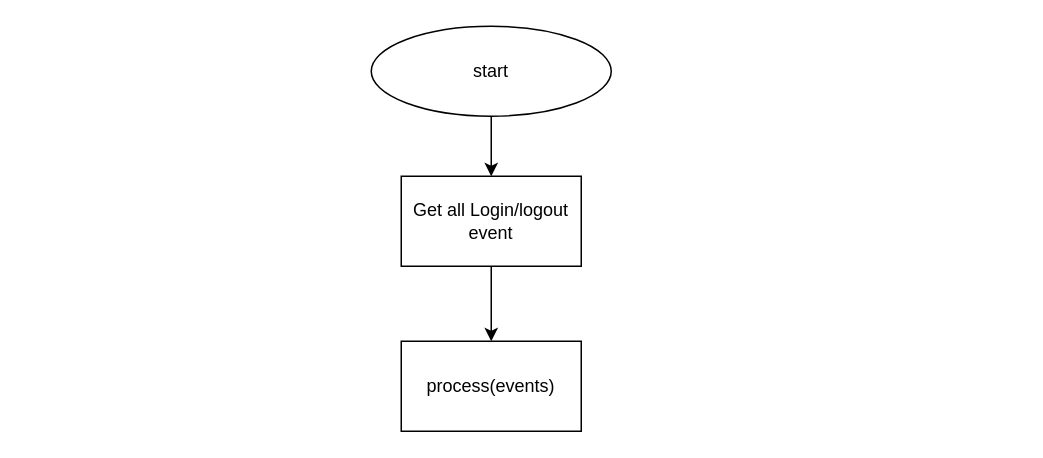
The draw.io diagram event-log.drawio in joey1089/mydiagrams, before the edit. Source tidied: cells renumbered, new cells numbered last; positions are measured from the earlier drawing's top-left corner, leaving out a move shared by most shapes. Both pictures are drawn from the tidied source at 150%, with x=0, y=0 at pixel (370, 26).
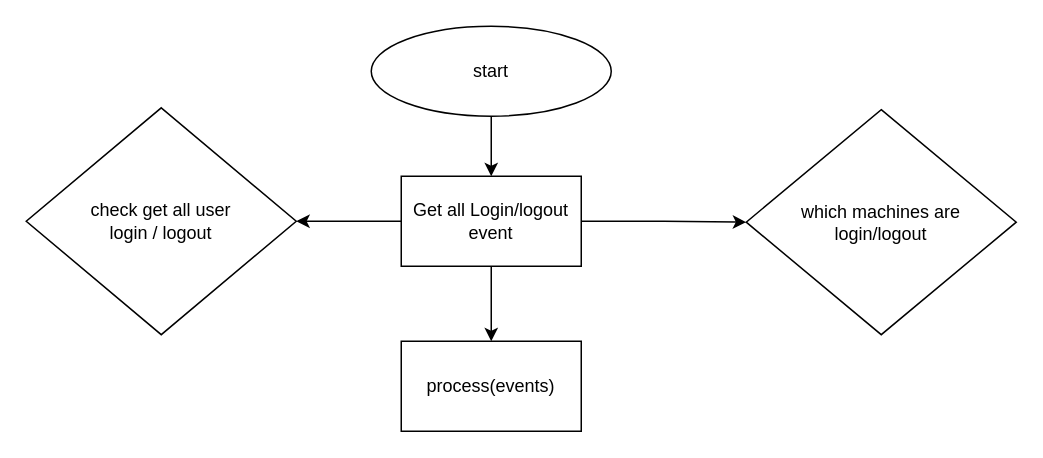
The same page after the edit.

Change to the diagram source:
```diff
@@
 <mxGraphModel>
   <root>
     <mxCell id="0" />
     <mxCell id="1" parent="0" />
     <mxCell id="2" style="edgeStyle=orthogonalEdgeStyle;rounded=0;jettySize=auto;html=1;" parent="1" edge="1" source="3" target="5">
       <mxGeometry relative="1" as="geometry" />
     </mxCell>
     <mxCell id="3" value="start" style="ellipse;whiteSpace=wrap;html=1;" parent="1" vertex="1">
       <mxGeometry width="160" height="60" as="geometry" />
     </mxCell>
     <mxCell id="4" style="edgeStyle=orthogonalEdgeStyle;rounded=0;jettySize=auto;html=1;" parent="1" edge="1" source="5" target="6">
       <mxGeometry relative="1" as="geometry" />
     </mxCell>
+    <mxCell id="7" style="edgeStyle=orthogonalEdgeStyle;rounded=0;jettySize=auto;html=1;" parent="1" edge="1" source="5" target="9">
+      <mxGeometry relative="1" as="geometry" />
+    </mxCell>
+    <mxCell id="8" style="edgeStyle=orthogonalEdgeStyle;rounded=0;jettySize=auto;html=1;" parent="1" edge="1" source="5" target="10">
+      <mxGeometry relative="1" as="geometry" />
+    </mxCell>
     <mxCell id="5" value="Get all Login/logout event" style="rounded=0;whiteSpace=wrap;html=1;" parent="1" vertex="1">
       <mxGeometry x="20" y="100" width="120" height="60" as="geometry" />
     </mxCell>
     <mxCell id="6" value="process(events)" style="whiteSpace=wrap;html=1;rounded=0;" parent="1" vertex="1">
       <mxGeometry x="20" y="210" width="120" height="60" as="geometry" />
     </mxCell>
+    <mxCell id="9" value="&lt;div&gt;check get all user &lt;br&gt;&lt;/div&gt;&lt;div&gt;login / logout&lt;/div&gt;" style="rhombus;whiteSpace=wrap;html=1;rounded=0;" parent="1" vertex="1">
+      <mxGeometry x="-230" y="54.4" width="180" height="151.2" as="geometry" />
+    </mxCell>
+    <mxCell id="10" value="&lt;div&gt;which machines are &lt;br&gt;&lt;/div&gt;&lt;div&gt;login/logout&lt;/div&gt;" style="rhombus;whiteSpace=wrap;html=1;rounded=0;" parent="1" vertex="1">
+      <mxGeometry x="250" y="55.6" width="180" height="150" as="geometry" />
+    </mxCell>
   </root>
 </mxGraphModel>
```
